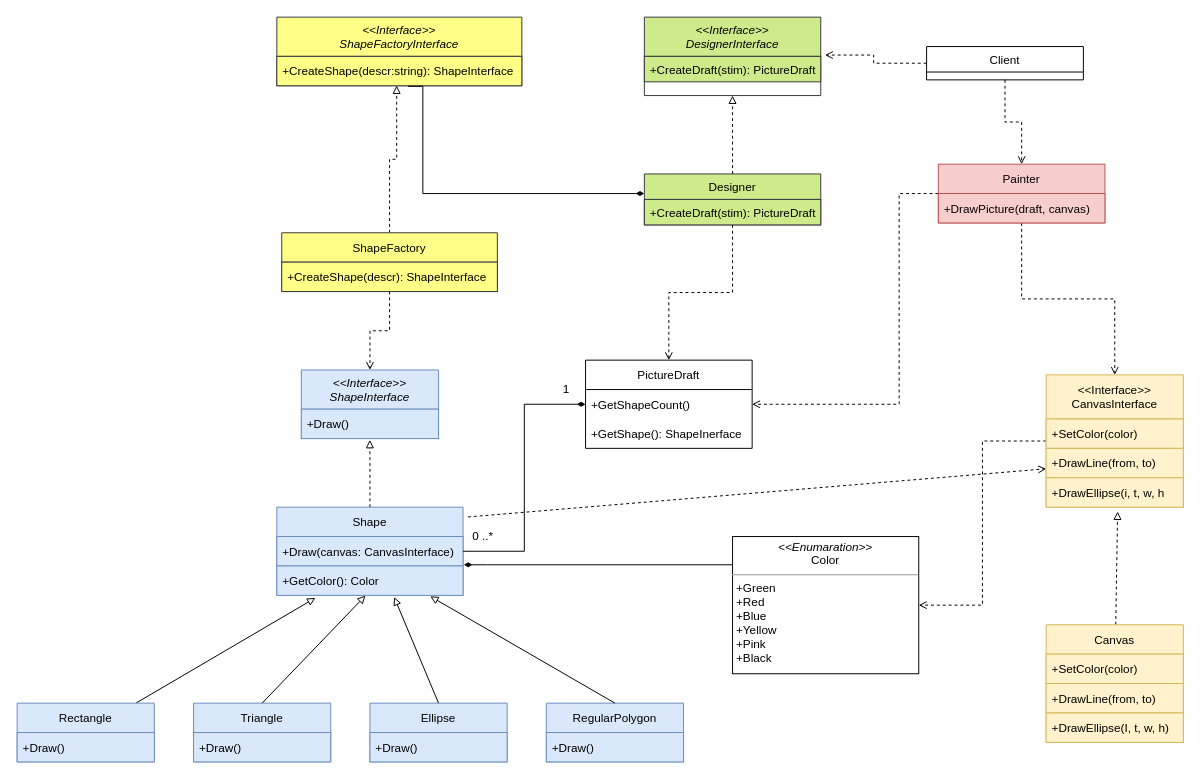
Earlier version of the draw.io diagram Factory/Factory.drawio (venera13/ood). Source tidied: cells renumbered, new cells numbered last; positions are measured from the earlier drawing's top-left corner, leaving out a move shared by most shapes. Both pictures are drawn from the tidied source at 98%, with x=0, y=0 at pixel (17, 17).
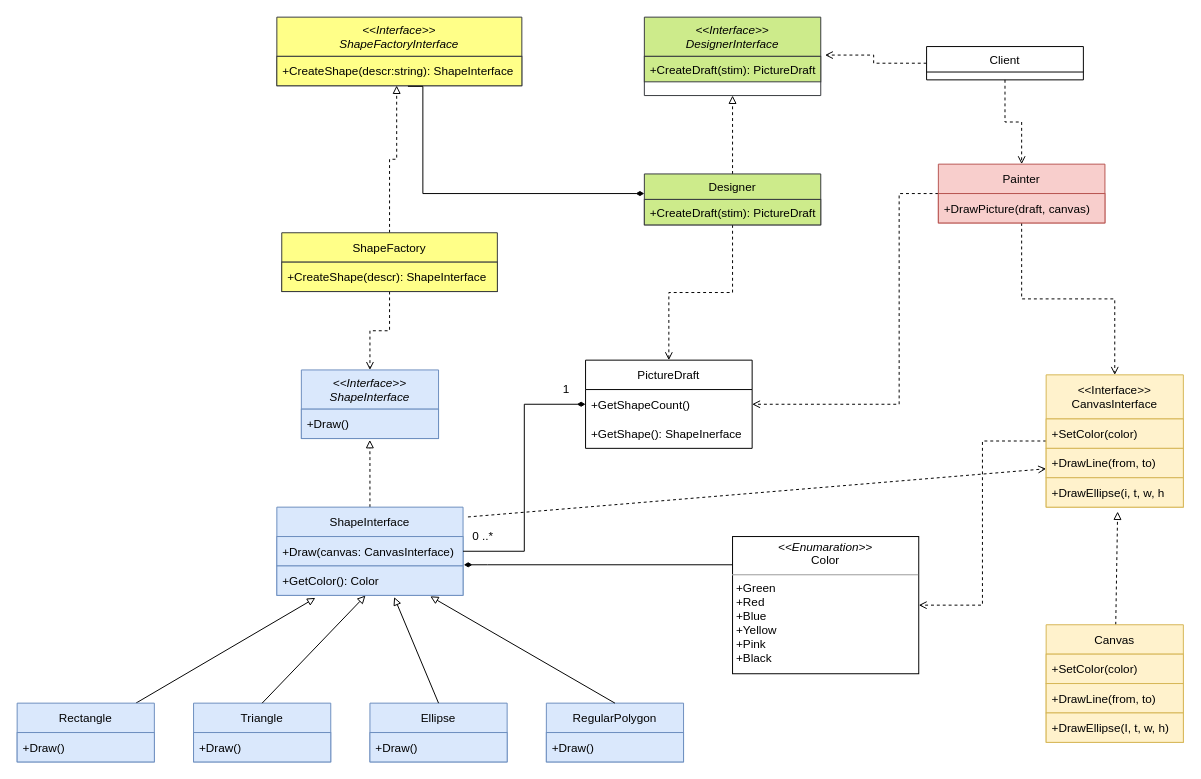
After the change.

What changed in the source:
```diff
@@
-    <mxCell id="22" value="Shape" style="swimlane;fontStyle=0;horizontal=1;startSize=30;rounded=0;shadow=0;fontFamily=Helvetica;fontSize=12;fillColor=#dae8fc;html=0;strokeColor=#6c8ebf;" parent="1" vertex="1">
+    <mxCell id="22" value="ShapeInterface" style="swimlane;fontStyle=0;horizontal=1;startSize=30;rounded=0;shadow=0;fontFamily=Helvetica;fontSize=12;fillColor=#dae8fc;html=0;strokeColor=#6c8ebf;" parent="1" vertex="1">
       <mxGeometry x="265" y="500" width="190" height="90" as="geometry" />
     </mxCell>
```
